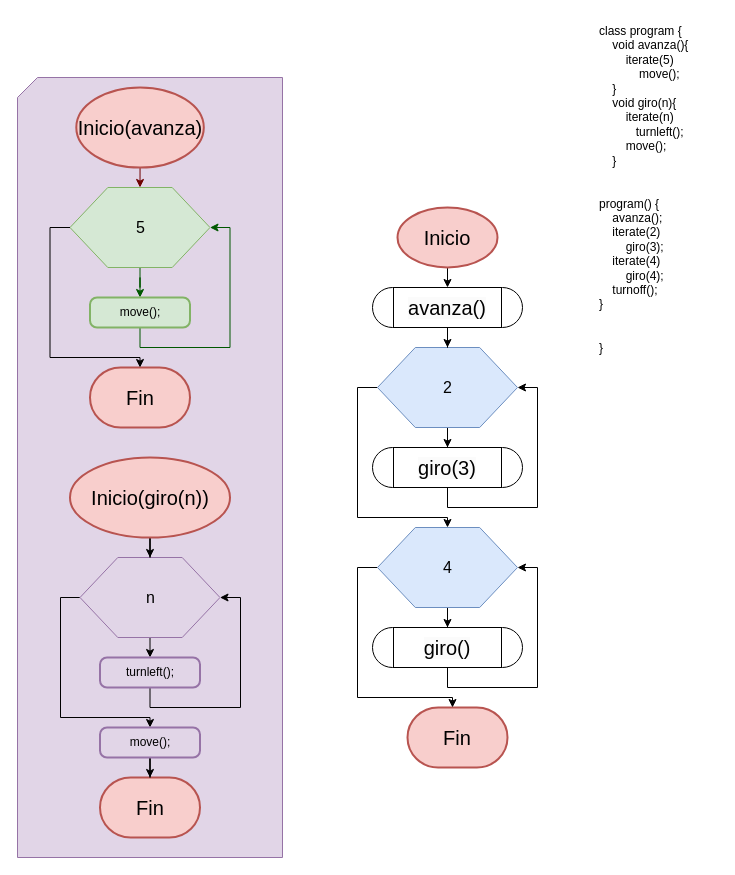
Before: TrampolinF.drawio in PedroJOH/Ejercicios_karel, a draw.io diagram. Source tidied: cells renumbered, new cells numbered last; positions are measured from the earlier drawing's top-left corner, leaving out a move shared by most shapes. Both pictures are drawn from the tidied source at 100%, with x=0, y=0 at pixel (17, 17).
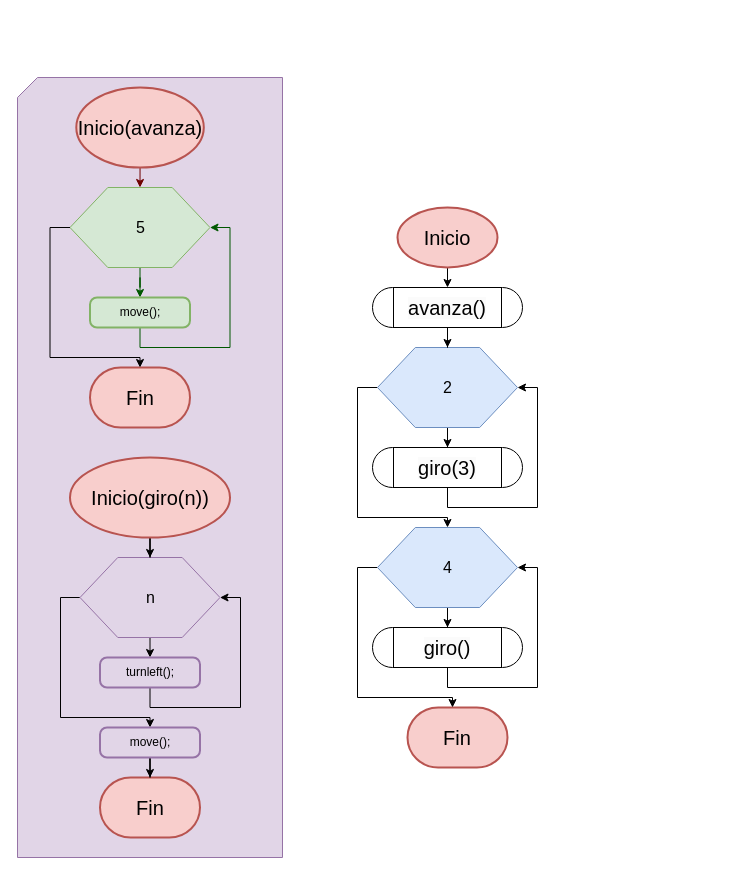
After the change.

What changed in the source:
```diff
@@
-    <mxCell id="22" value="class program {&#10;    void avanza(){&#10;        iterate(5)&#10;            move();&#10;    }&#10;    void giro(n){&#10;        iterate(n)&#10;           turnleft();&#10;        move();&#10;    }&#10;&#10;&#10;program() {&#10;    avanza();&#10;    iterate(2)&#10;        giro(3);&#10;    iterate(4)&#10;        giro(4);&#10;    turnoff();&#10;}&#10;&#10;&#10;}" style="text;whiteSpace=wrap;" parent="1" vertex="1">
-      <mxGeometry x="580" width="120" height="350" as="geometry" />
-    </mxCell>
```
